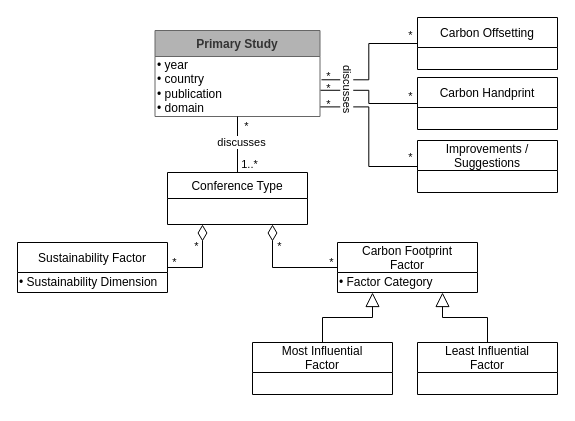
Above: results/figures/MetaModel.drawio in S2-group/ICT4S-2022-SLR-Footprint-of-Conferences-rep-pkg (draw.io), before the change. Source tidied: cells renumbered, new cells numbered last; positions are measured from the earlier drawing's top-left corner, leaving out a move shared by most shapes. Both pictures are drawn from the tidied source at 100%, with x=0, y=0 at pixel (17, 17).
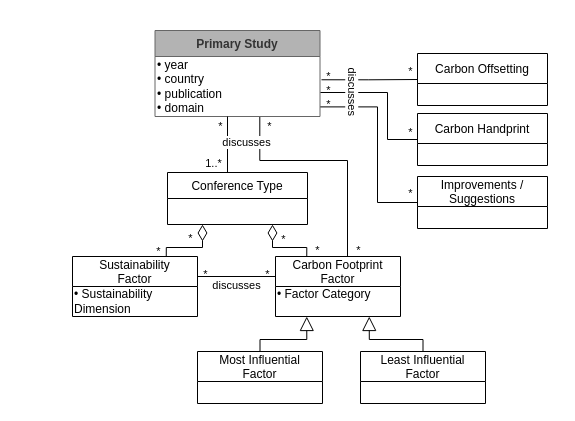
After the change.

Commit message (it also covers changes not shown here):
revise meta-model

Unchanged cells that the change refers to:
```xml
<mxCell id="2" value="Conference Type" style="swimlane;fontStyle=0;horizontal=1;startSize=26;fillColor=none;" parent="1" vertex="1">
  <mxGeometry x="150" y="155" width="140" height="52" as="geometry" />
</mxCell>
<mxCell id="13" value="Primary Study" style="swimlane;fontStyle=1;horizontal=1;startSize=26;strokeColor=#666666;fontColor=#333333;fillColor=#B3B3B3;" parent="1" vertex="1">
  <mxGeometry x="137.5" y="13" width="165" height="86" as="geometry" />
</mxCell>
<mxCell id="14" value="• year&lt;br&gt;• country&lt;br&gt;• publication&lt;br&gt;• domain" style="text;html=1;align=left;verticalAlign=middle;points=[];strokeColor=none;" parent="13" vertex="1">
  <mxGeometry y="26" width="165" height="60" as="geometry" />
</mxCell>
```

Diff of the diagram source:
```diff
@@
+    <mxCell id="36" style="endArrow=none;endFill=0;endSize=12;html=1;entryX=0.75;entryY=0;entryDx=0;entryDy=0;exitX=0.5;exitY=1;exitDx=0;exitDy=0;edgeStyle=orthogonalEdgeStyle;rounded=0;" parent="1" edge="1" target="3">
+      <mxGeometry relative="1" as="geometry">
+        <mxPoint x="242.3" y="99" as="sourcePoint" />
+        <Array as="points">
+          <mxPoint x="242" y="143" />
+          <mxPoint x="330" y="143" />
+          <mxPoint x="330" y="239" />
+        </Array>
+      </mxGeometry>
+    </mxCell>
@@
     <mxCell id="3" value="Carbon Footprint&#10;Factor" style="swimlane;fontStyle=0;horizontal=1;startSize=30;fillColor=none;" parent="1" vertex="1">
-      <mxGeometry x="320" y="225" width="140" height="50" as="geometry" />
+      <mxGeometry x="258" y="239" width="125" height="60" as="geometry" />
     </mxCell>
-    <mxCell id="4" value="&lt;span style=&quot;&quot;&gt;• Factor Category&lt;/span&gt;" style="text;html=1;align=left;verticalAlign=middle;strokeColor=none;fillColor=none;" parent="3" vertex="1">
-      <mxGeometry y="30" width="140" height="20" as="geometry" />
+    <mxCell id="4" value="&lt;span&gt;• Factor Category&lt;br&gt;&lt;br&gt;&lt;/span&gt;" style="text;html=1;align=left;verticalAlign=middle;strokeColor=none;fillColor=none;" parent="3" vertex="1">
+      <mxGeometry y="30" width="125" height="30" as="geometry" />
     </mxCell>
-    <mxCell id="5" style="endArrow=none;html=1;endSize=12;startArrow=diamondThin;startSize=14;startFill=0;edgeStyle=orthogonalEdgeStyle;exitX=0.75;exitY=1;exitDx=0;exitDy=0;entryX=0;entryY=0.5;entryDx=0;entryDy=0;rounded=0;endFill=0;" parent="1" edge="1" source="2" target="3">
-      <mxGeometry relative="1" as="geometry" />
+    <mxCell id="5" style="endArrow=none;html=1;endSize=12;startArrow=diamondThin;startSize=14;startFill=0;edgeStyle=orthogonalEdgeStyle;entryX=0.25;entryY=0;entryDx=0;entryDy=0;rounded=0;endFill=0;exitX=0.75;exitY=1;exitDx=0;exitDy=0;" parent="1" edge="1" source="2" target="3">
+      <mxGeometry relative="1" as="geometry">
+        <Array as="points">
+          <mxPoint x="255" y="230" />
+          <mxPoint x="289" y="230" />
+          <mxPoint x="289" y="239" />
+        </Array>
+      </mxGeometry>
     </mxCell>
     <mxCell id="6" value="Most Influential&#10;Factor" style="swimlane;fontStyle=0;horizontal=1;startSize=30;fillColor=none;" parent="1" vertex="1">
-      <mxGeometry x="235" y="325" width="140" height="52" as="geometry" />
+      <mxGeometry x="180" y="334" width="125" height="52" as="geometry" />
     </mxCell>
     <mxCell id="7" value="Least Influential&#10;Factor" style="swimlane;fontStyle=0;horizontal=1;startSize=30;fillColor=none;" parent="1" vertex="1">
-      <mxGeometry x="400" y="325" width="140" height="52" as="geometry" />
+      <mxGeometry x="343" y="334" width="125" height="52" as="geometry" />
     </mxCell>
-    <mxCell id="8" style="endArrow=block;endFill=0;endSize=12;html=1;entryX=0.25;entryY=1;entryDx=0;entryDy=0;exitX=0.5;exitY=0;exitDx=0;exitDy=0;edgeStyle=orthogonalEdgeStyle;rounded=0;" parent="1" edge="1" source="6" target="3">
-      <mxGeometry relative="1" as="geometry" />
+    <mxCell id="8" style="endArrow=block;endFill=0;endSize=12;html=1;entryX=0.25;entryY=1;entryDx=0;entryDy=0;edgeStyle=orthogonalEdgeStyle;rounded=0;exitX=0.5;exitY=0;exitDx=0;exitDy=0;" parent="1" edge="1" source="6" target="3">
+      <mxGeometry relative="1" as="geometry">
+        <Array as="points">
+          <mxPoint x="243" y="322" />
+          <mxPoint x="289" y="322" />
+        </Array>
+      </mxGeometry>
     </mxCell>
     <mxCell id="9" style="endArrow=block;endFill=0;endSize=12;html=1;entryX=0.75;entryY=1;entryDx=0;entryDy=0;exitX=0.5;exitY=0;exitDx=0;exitDy=0;edgeStyle=orthogonalEdgeStyle;rounded=0;" parent="1" edge="1" source="7" target="3">
-      <mxGeometry relative="1" as="geometry" />
+      <mxGeometry relative="1" as="geometry">
+        <Array as="points">
+          <mxPoint x="406" y="322" />
+          <mxPoint x="352" y="322" />
+        </Array>
+      </mxGeometry>
     </mxCell>
-    <mxCell id="10" value="Sustainability Factor" style="swimlane;fontStyle=0;horizontal=1;startSize=30;fillColor=none;" parent="1" vertex="1">
-      <mxGeometry y="225" width="150" height="50" as="geometry" />
+    <mxCell id="10" value="Sustainability&#10;Factor" style="swimlane;fontStyle=0;horizontal=1;startSize=30;fillColor=none;" parent="1" vertex="1">
+      <mxGeometry x="55" y="239" width="125" height="60" as="geometry" />
     </mxCell>
-    <mxCell id="11" value="&lt;span style=&quot;&quot;&gt;• Sustainability Dimension&lt;/span&gt;" style="text;html=1;align=left;verticalAlign=middle;strokeColor=none;fillColor=none;" parent="10" vertex="1">
-      <mxGeometry y="30" width="150" height="20" as="geometry" />
+    <mxCell id="11" value="&lt;span&gt;• Sustainability&lt;br&gt;Dimension&lt;/span&gt;" style="text;html=1;align=left;verticalAlign=middle;strokeColor=none;fillColor=none;" parent="10" vertex="1">
+      <mxGeometry y="30" width="125" height="30" as="geometry" />
     </mxCell>
-    <mxCell id="12" style="endArrow=none;html=1;endSize=12;startArrow=diamondThin;startSize=14;startFill=0;edgeStyle=orthogonalEdgeStyle;exitX=0.25;exitY=1;exitDx=0;exitDy=0;entryX=1;entryY=0.5;entryDx=0;entryDy=0;rounded=0;endFill=0;" parent="1" edge="1" source="2" target="10">
-      <mxGeometry relative="1" as="geometry" />
+    <mxCell id="12" style="endArrow=none;html=1;endSize=12;startArrow=diamondThin;startSize=14;startFill=0;edgeStyle=orthogonalEdgeStyle;entryX=0.75;entryY=0;entryDx=0;entryDy=0;rounded=0;endFill=0;exitX=0.25;exitY=1;exitDx=0;exitDy=0;" parent="1" edge="1" source="2" target="10">
+      <mxGeometry relative="1" as="geometry">
+        <Array as="points">
+          <mxPoint x="185" y="230" />
+          <mxPoint x="149" y="230" />
+        </Array>
+      </mxGeometry>
     </mxCell>
@@
-    <mxCell id="15" style="endArrow=none;endFill=0;endSize=12;html=1;entryX=0.5;entryY=0;entryDx=0;entryDy=0;exitX=0.5;exitY=1;exitDx=0;exitDy=0;" parent="1" edge="1" source="13" target="2">
-      <mxGeometry relative="1" as="geometry" />
+    <mxCell id="15" style="endArrow=none;endFill=0;endSize=12;html=1;entryX=0.5;entryY=0;entryDx=0;entryDy=0;exitX=0.5;exitY=1;exitDx=0;exitDy=0;" parent="1" edge="1">
+      <mxGeometry relative="1" as="geometry">
+        <mxPoint x="210" y="99" as="sourcePoint" />
+        <mxPoint x="210" y="155" as="targetPoint" />
+      </mxGeometry>
     </mxCell>
+    <mxCell id="17" value="1..*" style="edgeLabel;html=1;align=center;verticalAlign=middle;labelBackgroundColor=none;" parent="15" vertex="1">
+      <mxGeometry x="0.75" relative="1" as="geometry">
+        <mxPoint x="-15" y="-3" as="offset" />
+      </mxGeometry>
+    </mxCell>
-    <mxCell id="16" value="discusses" style="edgeLabel;html=1;align=center;verticalAlign=middle;" parent="15" vertex="1">
-      <mxGeometry x="-0.09" y="3" relative="1" as="geometry" />
+    <mxCell id="16" value="discusses" style="edgeLabel;html=1;align=center;verticalAlign=middle;labelBackgroundColor=default;" parent="15" vertex="1">
+      <mxGeometry x="-0.09" y="3" relative="1" as="geometry">
+        <mxPoint x="15" as="offset" />
+      </mxGeometry>
     </mxCell>
-    <mxCell id="17" value="1..*" style="edgeLabel;html=1;align=center;verticalAlign=middle;" parent="15" vertex="1">
-      <mxGeometry x="0.75" relative="1" as="geometry">
-        <mxPoint x="11" y="-2" as="offset" />
-      </mxGeometry>
-    </mxCell>
     <mxCell id="18" value="Carbon Offsetting" style="swimlane;fontStyle=0;horizontal=1;startSize=30;fillColor=none;" parent="1" vertex="1">
-      <mxGeometry x="400" width="140" height="52" as="geometry" />
+      <mxGeometry x="400" y="36" width="130" height="52" as="geometry" />
     </mxCell>
     <mxCell id="19" value="Carbon Handprint" style="swimlane;fontStyle=0;horizontal=1;startSize=30;fillColor=none;" parent="1" vertex="1">
-      <mxGeometry x="400" y="60" width="140" height="52" as="geometry" />
+      <mxGeometry x="400" y="96" width="130" height="52" as="geometry" />
     </mxCell>
@@
-    <mxCell id="21" style="endArrow=none;endFill=0;endSize=12;html=1;entryX=0;entryY=0.5;entryDx=0;entryDy=0;exitX=1.003;exitY=0.563;exitDx=0;exitDy=0;exitPerimeter=0;edgeStyle=orthogonalEdgeStyle;rounded=0;" parent="1" edge="1" source="14" target="19">
-      <mxGeometry relative="1" as="geometry" />
+    <mxCell id="21" style="endArrow=none;endFill=0;endSize=12;html=1;entryX=0;entryY=0.5;entryDx=0;entryDy=0;edgeStyle=orthogonalEdgeStyle;rounded=0;" parent="1" edge="1" target="19">
+      <mxGeometry relative="1" as="geometry">
+        <mxPoint x="303" y="75" as="sourcePoint" />
+        <Array as="points">
+          <mxPoint x="303" y="75" />
+          <mxPoint x="370" y="75" />
+          <mxPoint x="370" y="122" />
+        </Array>
+      </mxGeometry>
     </mxCell>
     <mxCell id="22" value="Improvements /&#10;Suggestions" style="swimlane;fontStyle=0;horizontal=1;startSize=30;fillColor=none;" parent="1" vertex="1">
-      <mxGeometry x="400" y="123" width="140" height="52" as="geometry" />
+      <mxGeometry x="400" y="159" width="130" height="52" as="geometry" />
     </mxCell>
     <mxCell id="23" style="endArrow=none;endFill=0;endSize=12;html=1;entryX=0;entryY=0.5;entryDx=0;entryDy=0;exitX=1.002;exitY=0.84;exitDx=0;exitDy=0;exitPerimeter=0;edgeStyle=orthogonalEdgeStyle;rounded=0;" parent="1" edge="1" source="14" target="22">
-      <mxGeometry relative="1" as="geometry" />
+      <mxGeometry relative="1" as="geometry">
+        <Array as="points">
+          <mxPoint x="360" y="89" />
+          <mxPoint x="360" y="185" />
+        </Array>
+      </mxGeometry>
     </mxCell>
     <mxCell id="24" value="discusses" style="edgeLabel;html=1;align=center;verticalAlign=middle;rotation=90;" parent="23" vertex="1">
       <mxGeometry x="-0.09" y="3" relative="1" as="geometry">
-        <mxPoint x="-24" y="-41" as="offset" />
+        <mxPoint x="-27" y="-47" as="offset" />
       </mxGeometry>
     </mxCell>
-    <mxCell id="25" value="*" style="edgeLabel;html=1;align=center;verticalAlign=middle;" parent="1" vertex="1">
-      <mxGeometry x="227" y="112" as="geometry">
+    <mxCell id="25" value="*" style="edgeLabel;html=1;align=center;verticalAlign=middle;labelBackgroundColor=none;" parent="1" vertex="1">
+      <mxGeometry x="201" y="112" as="geometry">
         <mxPoint x="1" y="-4" as="offset" />
       </mxGeometry>
     </mxCell>
     <mxCell id="26" value="*" style="edgeLabel;html=1;align=center;verticalAlign=middle;" parent="1" vertex="1">
-      <mxGeometry x="395" y="19" as="geometry">
+      <mxGeometry x="395" y="55" as="geometry">
         <mxPoint x="-3" y="-2" as="offset" />
       </mxGeometry>
     </mxCell>
     <mxCell id="27" value="*" style="edgeLabel;html=1;align=center;verticalAlign=middle;" parent="1" vertex="1">
-      <mxGeometry x="395" y="80" as="geometry">
+      <mxGeometry x="395" y="116" as="geometry">
         <mxPoint x="-3" y="-2" as="offset" />
       </mxGeometry>
     </mxCell>
     <mxCell id="28" value="*" style="edgeLabel;html=1;align=center;verticalAlign=middle;" parent="1" vertex="1">
-      <mxGeometry x="395" y="141" as="geometry">
+      <mxGeometry x="395" y="177" as="geometry">
         <mxPoint x="-3" y="-2" as="offset" />
       </mxGeometry>
     </mxCell>
@@
     <mxCell id="30" value="*" style="edgeLabel;html=1;align=center;verticalAlign=middle;labelBackgroundColor=none;" parent="1" vertex="1">
-      <mxGeometry x="313" y="72" as="geometry">
+      <mxGeometry x="313" y="74" as="geometry">
         <mxPoint x="-3" y="-2" as="offset" />
       </mxGeometry>
     </mxCell>
@@
-    <mxCell id="32" value="*" style="edgeLabel;html=1;align=center;verticalAlign=middle;" parent="1" vertex="1">
-      <mxGeometry x="264" y="230" as="geometry">
+    <mxCell id="32" value="*" style="edgeLabel;html=1;align=center;verticalAlign=middle;labelBackgroundColor=none;" parent="1" vertex="1">
+      <mxGeometry x="268" y="223" as="geometry">
         <mxPoint x="-3" y="-2" as="offset" />
       </mxGeometry>
     </mxCell>
     <mxCell id="33" value="*" style="edgeLabel;html=1;align=center;verticalAlign=middle;labelBackgroundColor=none;" parent="1" vertex="1">
-      <mxGeometry x="316" y="246" as="geometry">
+      <mxGeometry x="302" y="234" as="geometry">
         <mxPoint x="-3" y="-2" as="offset" />
       </mxGeometry>
     </mxCell>
-    <mxCell id="34" value="*" style="edgeLabel;html=1;align=center;verticalAlign=middle;" parent="1" vertex="1">
-      <mxGeometry x="181" y="230" as="geometry">
+    <mxCell id="34" value="*" style="edgeLabel;html=1;align=center;verticalAlign=middle;labelBackgroundColor=none;" parent="1" vertex="1">
+      <mxGeometry x="175" y="222" as="geometry">
         <mxPoint x="-3" y="-2" as="offset" />
       </mxGeometry>
     </mxCell>
     <mxCell id="35" value="*" style="edgeLabel;html=1;align=center;verticalAlign=middle;labelBackgroundColor=none;" parent="1" vertex="1">
-      <mxGeometry x="159" y="246" as="geometry">
+      <mxGeometry x="143" y="235" as="geometry">
         <mxPoint x="-3" y="-2" as="offset" />
       </mxGeometry>
     </mxCell>
+    <mxCell id="37" style="endArrow=none;endFill=0;endSize=12;html=1;" parent="1" edge="1">
+      <mxGeometry relative="1" as="geometry">
+        <mxPoint x="180" y="259" as="sourcePoint" />
+        <mxPoint x="258" y="259" as="targetPoint" />
+      </mxGeometry>
+    </mxCell>
+    <mxCell id="38" value="discusses" style="edgeLabel;html=1;align=center;verticalAlign=middle;" parent="37" vertex="1">
+      <mxGeometry x="-0.09" y="3" relative="1" as="geometry">
+        <mxPoint x="3" y="11" as="offset" />
+      </mxGeometry>
+    </mxCell>
+    <mxCell id="39" value="*" style="edgeLabel;html=1;align=center;verticalAlign=middle;labelBackgroundColor=none;" parent="37" vertex="1">
+      <mxGeometry x="0.75" relative="1" as="geometry">
+        <mxPoint x="1" y="-3" as="offset" />
+      </mxGeometry>
+    </mxCell>
+    <mxCell id="40" value="*" style="edgeLabel;html=1;align=center;verticalAlign=middle;labelBackgroundColor=none;" parent="1" vertex="1">
+      <mxGeometry x="187" y="256" as="geometry" />
+    </mxCell>
+    <mxCell id="41" value="*" style="edgeLabel;html=1;align=center;verticalAlign=middle;labelBackgroundColor=none;" parent="1" vertex="1">
+      <mxGeometry x="254" y="110" as="geometry">
+        <mxPoint x="-3" y="-2" as="offset" />
+      </mxGeometry>
+    </mxCell>
+    <mxCell id="42" value="*" style="edgeLabel;html=1;align=center;verticalAlign=middle;labelBackgroundColor=none;" parent="1" vertex="1">
+      <mxGeometry x="343" y="234" as="geometry">
+        <mxPoint x="-3" y="-2" as="offset" />
+      </mxGeometry>
+    </mxCell>
```
